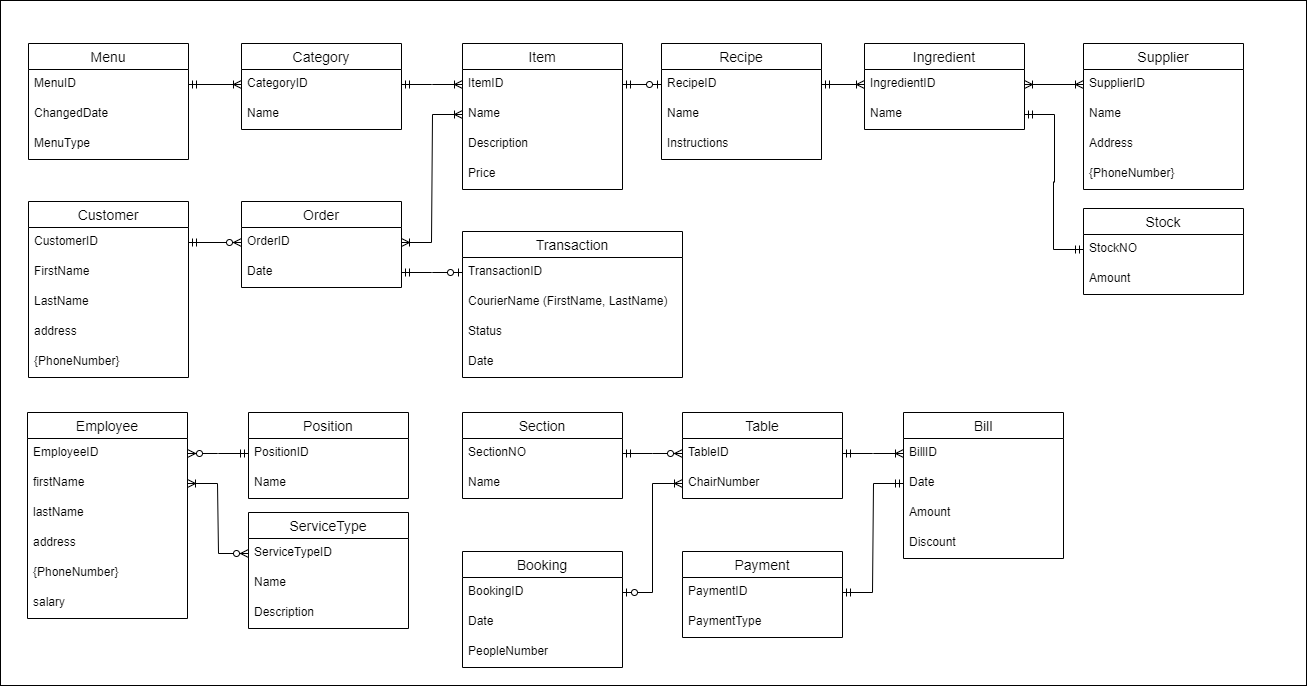
veysioz/CSE3055-Database-Systems-2021 keeps this draw.io diagram as Project/Images/ER Diagram.png. Above is the earlier version. Source tidied: cells renumbered, new cells last; positions are measured from the earlier drawing's top-left corner, leaving out a move shared by most shapes.
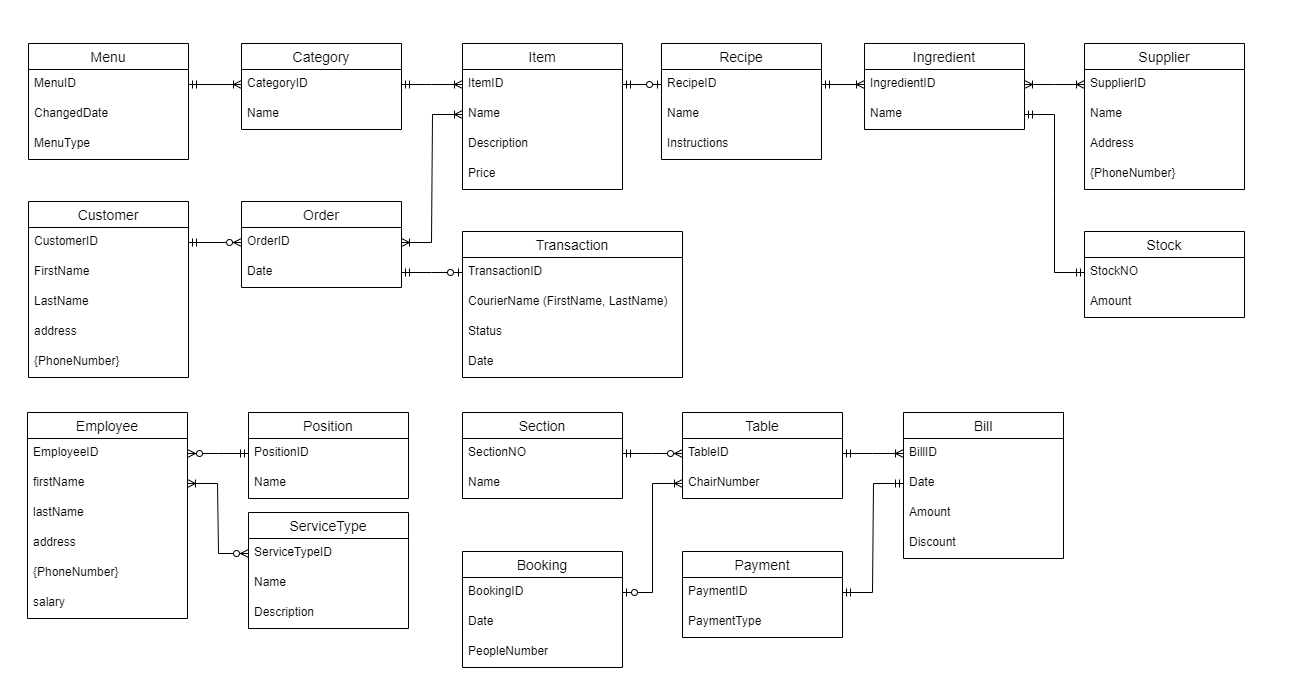
The same file after the commit.

What changed in the source:
```diff
@@ -2,7 +2,7 @@
   <root>
     <mxCell id="0" />
     <mxCell id="1" parent="0" />
-    <mxCell id="2" style="rounded=0;whiteSpace=wrap;html=1;" parent="1" vertex="1">
+    <mxCell id="2" style="rounded=0;whiteSpace=wrap;html=1;strokeColor=none;" parent="1" vertex="1">
       <mxGeometry width="1306" height="685" as="geometry" />
     </mxCell>
     <mxCell id="3" value="Customer" style="swimlane;fontStyle=0;horizontal=1;startSize=26;align=center;fontSize=14;" parent="1" vertex="1">
@@ -177,7 +177,7 @@
       <mxGeometry y="56" width="160" height="30" as="geometry" />
     </mxCell>
     <mxCell id="60" value="Stock" style="swimlane;fontStyle=0;horizontal=1;startSize=26;align=center;fontSize=14;" parent="1" vertex="1">
-      <mxGeometry x="1083" y="208" width="160" height="86" as="geometry" />
+      <mxGeometry x="1084" y="231" width="160" height="86" as="geometry" />
     </mxCell>
     <mxCell id="61" value="StockNO" style="text;strokeColor=none;fillColor=none;spacingLeft=4;spacingRight=4;overflow=hidden;points=[[0,0.5],[1,0.5]];portConstraint=eastwest;fontSize=12;" parent="60" vertex="1">
       <mxGeometry y="26" width="160" height="30" as="geometry" />
@@ -186,7 +186,7 @@
       <mxGeometry y="56" width="160" height="30" as="geometry" />
     </mxCell>
     <mxCell id="63" value="Supplier" style="swimlane;fontStyle=0;horizontal=1;startSize=26;align=center;fontSize=14;" parent="1" vertex="1">
-      <mxGeometry x="1083" y="43" width="160" height="146" as="geometry" />
+      <mxGeometry x="1084" y="43" width="160" height="146" as="geometry" />
     </mxCell>
     <mxCell id="64" value="SupplierID" style="text;strokeColor=none;fillColor=none;spacingLeft=4;spacingRight=4;overflow=hidden;points=[[0,0.5],[1,0.5]];portConstraint=eastwest;fontSize=12;" parent="63" vertex="1">
       <mxGeometry y="26" width="160" height="30" as="geometry" />
@@ -266,7 +266,7 @@
     <mxCell id="89" style="edgeStyle=entityRelationEdgeStyle;fontSize=12;html=1;endArrow=ERoneToMany;startArrow=ERoneToMany;rounded=0;exitX=1;exitY=0.5;exitDx=0;exitDy=0;entryX=0;entryY=0.5;entryDx=0;entryDy=0;" parent="1" edge="1" source="47" target="64">
       <mxGeometry relative="1" as="geometry" />
     </mxCell>
-    <mxCell id="90" style="edgeStyle=entityRelationEdgeStyle;fontSize=12;html=1;endArrow=ERmandOne;startArrow=ERmandOne;rounded=0;exitX=1;exitY=0.5;exitDx=0;exitDy=0;entryX=0;entryY=0.5;entryDx=0;entryDy=0;" parent="1" edge="1" source="48" target="61">
+    <mxCell id="90" style="edgeStyle=entityRelationEdgeStyle;fontSize=12;html=1;endArrow=ERmandOne;startArrow=ERmandOne;rounded=0;entryX=0;entryY=0.5;entryDx=0;entryDy=0;exitX=1;exitY=0.5;exitDx=0;exitDy=0;" parent="1" edge="1" source="48" target="61">
       <mxGeometry relative="1" as="geometry" />
     </mxCell>
   </root>
```
